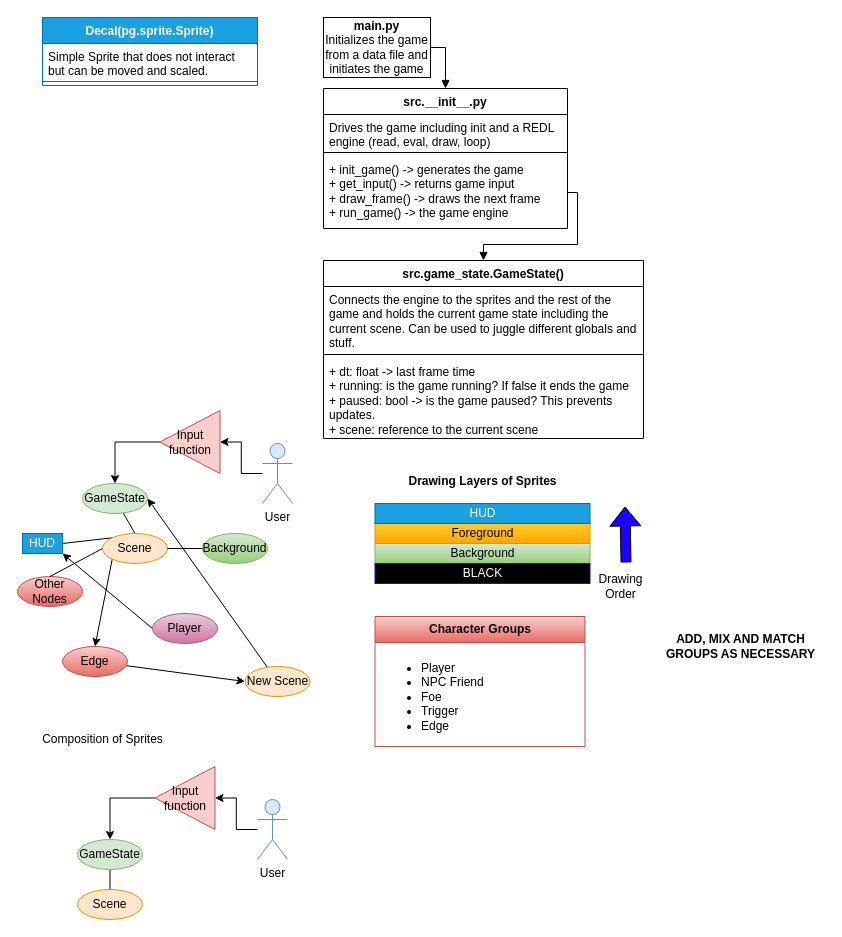
Before: docs/state_map.drawio in flythereddflagg/RCA, a draw.io diagram. Source tidied: cells renumbered, new cells numbered last; positions are measured from the earlier drawing's top-left corner, leaving out a move shared by most shapes. Both pictures are drawn from the tidied source at 100%, with x=0, y=0 at pixel (17, 17).
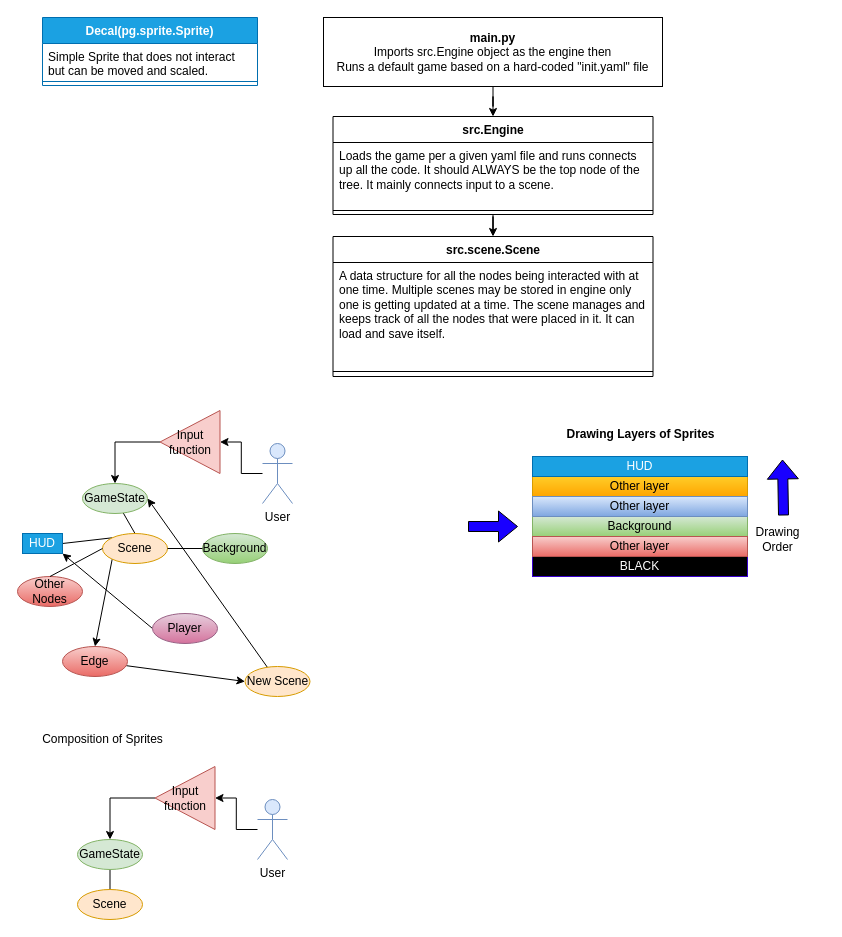
The same page after the edit.

Commit message (it also covers changes not shown here):
working on the UML and documentation. Publish with the separate engine?

Change to the diagram source:
```diff
@@
+    <mxCell id="54" style="edgeStyle=orthogonalEdgeStyle;rounded=0;jettySize=auto;html=1;entryX=0.5;entryY=0;entryDx=0;entryDy=0;" parent="1" edge="1" source="2" target="12">
+      <mxGeometry relative="1" as="geometry" />
+    </mxCell>
-    <mxCell id="2" value="&lt;b&gt;main.py&lt;/b&gt;&lt;br&gt;Initializes the game from a data file and initiates the game" style="html=1;whiteSpace=wrap;" parent="1" vertex="1">
-      <mxGeometry x="306" width="107" height="60" as="geometry" />
+    <mxCell id="2" value="&lt;b&gt;main.py&lt;/b&gt;&lt;br&gt;Imports src.Engine object as the engine then&lt;br&gt;&lt;div&gt;Runs a default game based on a hard-coded &quot;init.yaml&quot; file&lt;/div&gt;" style="html=1;whiteSpace=wrap;" parent="1" vertex="1">
+      <mxGeometry x="306" width="339" height="69" as="geometry" />
     </mxCell>
-    <mxCell id="3" value="src.__init__.py" style="swimlane;fontStyle=1;align=center;verticalAlign=top;horizontal=1;startSize=26;whiteSpace=wrap;html=1;" parent="1" vertex="1">
-      <mxGeometry x="306" y="71" width="244" height="140" as="geometry" />
-    </mxCell>
-    <mxCell id="4" value="Drives the game including init and a REDL engine (read, eval, draw, loop)&lt;br&gt;" style="text;strokeColor=none;fillColor=none;align=left;verticalAlign=top;spacingLeft=4;spacingRight=4;overflow=hidden;whiteSpace=wrap;html=1;" parent="3" vertex="1">
-      <mxGeometry y="26" width="244" height="34" as="geometry" />
-    </mxCell>
-    <mxCell id="5" style="line;strokeWidth=1;fillColor=none;align=left;verticalAlign=middle;spacingTop=-1;spacingLeft=3;spacingRight=3;labelPosition=right;strokeColor=inherit;" parent="3" vertex="1">
-      <mxGeometry y="60" width="244" height="8" as="geometry" />
-    </mxCell>
-    <mxCell id="6" value="+ init_game() -&amp;gt; generates the game&lt;br&gt;+ get_input() -&amp;gt; returns game input&lt;br&gt;+ draw_frame() -&amp;gt; draws the next frame&lt;br&gt;+ run_game() -&amp;gt; the game engine" style="text;strokeColor=none;fillColor=none;align=left;verticalAlign=top;spacingLeft=4;spacingRight=4;overflow=hidden;points=[[0,0.5],[1,0.5]];portConstraint=eastwest;whiteSpace=wrap;html=1;" parent="3" vertex="1">
-      <mxGeometry y="68" width="244" height="72" as="geometry" />
-    </mxCell>
@@
-    <mxCell id="10" value="&lt;div style=&quot;&quot;&gt;&lt;/div&gt;&lt;font face=&quot;Courier New&quot;&gt;&lt;br&gt;&lt;/font&gt;" style="html=1;verticalAlign=bottom;endArrow=block;rounded=0;exitX=1;exitY=0.5;exitDx=0;exitDy=0;entryX=0.5;entryY=0;entryDx=0;entryDy=0;edgeStyle=orthogonalEdgeStyle;align=left;" parent="1" edge="1" source="2" target="3">
-      <mxGeometry x="0.64" y="-92" relative="1" as="geometry" />
-    </mxCell>
-    <mxCell id="11" value="&lt;div style=&quot;&quot;&gt;&lt;/div&gt;&lt;font face=&quot;Courier New&quot;&gt;&lt;br&gt;&lt;/font&gt;" style="html=1;verticalAlign=bottom;endArrow=block;rounded=0;exitX=1;exitY=0.5;exitDx=0;exitDy=0;entryX=0.5;entryY=0;entryDx=0;entryDy=0;edgeStyle=orthogonalEdgeStyle;align=left;" parent="1" edge="1" source="6" target="12">
-      <mxGeometry x="0.64" y="-92" relative="1" as="geometry" />
-    </mxCell>
+    <mxCell id="55" style="edgeStyle=orthogonalEdgeStyle;rounded=0;jettySize=auto;html=1;entryX=0.5;entryY=0;entryDx=0;entryDy=0;" parent="1" edge="1" source="12" target="56">
+      <mxGeometry relative="1" as="geometry" />
+    </mxCell>
-    <mxCell id="12" value="src.game_state.GameState()" style="swimlane;fontStyle=1;align=center;verticalAlign=top;horizontal=1;startSize=26;whiteSpace=wrap;html=1;" parent="1" vertex="1">
-      <mxGeometry x="306" y="243" width="320" height="178" as="geometry" />
+    <mxCell id="12" value="src.Engine" style="swimlane;fontStyle=1;align=center;verticalAlign=top;horizontal=1;startSize=26;whiteSpace=wrap;html=1;" parent="1" vertex="1">
+      <mxGeometry x="315.5" y="99" width="320" height="98" as="geometry" />
     </mxCell>
-    <mxCell id="13" value="Connects the engine to the sprites and the rest of the game and holds the current game state including the current scene. Can be used to juggle different globals and stuff." style="text;strokeColor=none;fillColor=none;align=left;verticalAlign=top;spacingLeft=4;spacingRight=4;overflow=hidden;whiteSpace=wrap;html=1;" parent="12" vertex="1">
+    <mxCell id="13" value="Loads the game per a given yaml file and runs connects up all the code. It should ALWAYS be the top node of the tree. It mainly connects input to a scene." style="text;strokeColor=none;fillColor=none;align=left;verticalAlign=top;spacingLeft=4;spacingRight=4;overflow=hidden;whiteSpace=wrap;html=1;" parent="12" vertex="1">
       <mxGeometry y="26" width="320" height="64" as="geometry" />
     </mxCell>
@@
-    <mxCell id="15" value="+ dt: float -&amp;gt; last frame time&lt;br&gt;+ running: is the game running? If false it ends the game&lt;br&gt;+ paused: bool -&amp;gt; is the game paused? This prevents updates.&lt;br&gt;+ scene: reference to the current scene" style="text;strokeColor=none;fillColor=none;align=left;verticalAlign=top;spacingLeft=4;spacingRight=4;overflow=hidden;whiteSpace=wrap;html=1;" parent="12" vertex="1">
-      <mxGeometry y="98" width="320" height="80" as="geometry" />
-    </mxCell>
@@
     <mxCell id="23" value="Background" style="html=1;whiteSpace=wrap;fillColor=#d5e8d4;gradientColor=#97d077;strokeColor=#82b366;" parent="1" vertex="1">
-      <mxGeometry x="357.5" y="526" width="215" height="20" as="geometry" />
+      <mxGeometry x="515" y="499" width="215" height="20" as="geometry" />
     </mxCell>
     <mxCell id="24" value="Drawing Layers of Sprites" style="text;html=1;align=center;verticalAlign=middle;strokeColor=none;fillColor=none;fontStyle=1;" parent="1" vertex="1">
-      <mxGeometry x="380" y="449" width="170" height="30" as="geometry" />
+      <mxGeometry x="537.5" y="402" width="170" height="30" as="geometry" />
     </mxCell>
     <mxCell id="25" value="BLACK" style="html=1;whiteSpace=wrap;fillColor=#000000;strokeColor=#3700CC;fontColor=#ffffff;" parent="1" vertex="1">
-      <mxGeometry x="357.5" y="546" width="215" height="20" as="geometry" />
+      <mxGeometry x="515" y="539" width="215" height="20" as="geometry" />
     </mxCell>
-    <mxCell id="26" value="Foreground" style="html=1;whiteSpace=wrap;fillColor=#ffcd28;gradientColor=#ffa500;strokeColor=#d79b00;" parent="1" vertex="1">
-      <mxGeometry x="357.5" y="506" width="215" height="20" as="geometry" />
+    <mxCell id="26" value="Other layer" style="html=1;whiteSpace=wrap;fillColor=#ffcd28;gradientColor=#ffa500;strokeColor=#d79b00;" parent="1" vertex="1">
+      <mxGeometry x="515" y="459" width="215" height="20" as="geometry" />
     </mxCell>
     <mxCell id="27" value="HUD" style="html=1;whiteSpace=wrap;fillColor=#1ba1e2;strokeColor=#006EAF;fontColor=#ffffff;" parent="1" vertex="1">
-      <mxGeometry x="357.5" y="486" width="215" height="20" as="geometry" />
+      <mxGeometry x="515" y="439" width="215" height="20" as="geometry" />
     </mxCell>
     <mxCell id="28" style="shape=flexArrow;endArrow=classic;html=1;rounded=0;fillColor=#1900FF;exitX=0.586;exitY=-0.1;exitDx=0;exitDy=0;exitPerimeter=0;" parent="1" edge="1" source="29">
       <mxGeometry relative="1" as="geometry">
-        <mxPoint x="607.5" y="489" as="targetPoint" />
+        <mxPoint x="765" y="442" as="targetPoint" />
       </mxGeometry>
     </mxCell>
     <mxCell id="29" value="Drawing&lt;br&gt;Order" style="text;html=1;align=center;verticalAlign=middle;points=[];strokeColor=none;fillColor=none;" parent="1" vertex="1">
-      <mxGeometry x="567.5" y="549" width="70" height="40" as="geometry" />
+      <mxGeometry x="725" y="502" width="70" height="40" as="geometry" />
     </mxCell>
@@
-    <mxCell id="43" value="&lt;b&gt;Character Groups&lt;/b&gt;" style="swimlane;fontStyle=0;horizontal=1;startSize=26;fillColor=#f8cecc;whiteSpace=wrap;html=1;gradientColor=#ea6b66;strokeColor=#b85450;" parent="1" vertex="1">
-      <mxGeometry x="357.5" y="599" width="210" height="130" as="geometry" />
-    </mxCell>
-    <mxCell id="44" value="&lt;ul&gt;&lt;li&gt;Player&lt;/li&gt;&lt;li&gt;NPC Friend&lt;/li&gt;&lt;li&gt;Foe&lt;/li&gt;&lt;li&gt;Trigger&lt;/li&gt;&lt;li&gt;Edge&lt;/li&gt;&lt;/ul&gt;" style="text;strokeColor=none;fillColor=none;align=left;verticalAlign=top;spacingLeft=4;spacingRight=4;overflow=hidden;whiteSpace=wrap;html=1;" parent="43" vertex="1">
-      <mxGeometry y="26" width="210" height="104" as="geometry" />
-    </mxCell>
-    <mxCell id="45" value="&lt;b&gt;ADD, MIX AND MATCH &lt;br&gt;GROUPS AS NECESSARY&lt;/b&gt;" style="text;html=1;align=center;verticalAlign=middle;strokeColor=none;fillColor=none;" parent="1" vertex="1">
-      <mxGeometry x="637.5" y="609" width="170" height="40" as="geometry" />
-    </mxCell>
@@
+    <mxCell id="56" value="src.scene.Scene" style="swimlane;fontStyle=1;align=center;verticalAlign=top;horizontal=1;startSize=26;whiteSpace=wrap;html=1;" parent="1" vertex="1">
+      <mxGeometry x="315.5" y="219" width="320" height="140" as="geometry" />
+    </mxCell>
+    <mxCell id="57" value="A data structure for all the nodes being interacted with at one time. Multiple scenes may be stored in engine only one is getting updated at a time. The scene manages and keeps track of all the nodes that were placed in it. It can load and save itself." style="text;strokeColor=none;fillColor=none;align=left;verticalAlign=top;spacingLeft=4;spacingRight=4;overflow=hidden;whiteSpace=wrap;html=1;" parent="56" vertex="1">
+      <mxGeometry y="26" width="320" height="104" as="geometry" />
+    </mxCell>
+    <mxCell id="58" style="line;strokeWidth=1;fillColor=none;align=left;verticalAlign=middle;spacingTop=-1;spacingLeft=3;spacingRight=3;labelPosition=right;strokeColor=inherit;" parent="56" vertex="1">
+      <mxGeometry y="130" width="320" height="10" as="geometry" />
+    </mxCell>
+    <mxCell id="59" value="Other layer" style="html=1;whiteSpace=wrap;fillColor=#dae8fc;gradientColor=#7ea6e0;strokeColor=#6c8ebf;" parent="1" vertex="1">
+      <mxGeometry x="515" y="479" width="215" height="20" as="geometry" />
+    </mxCell>
+    <mxCell id="60" value="Other layer" style="html=1;whiteSpace=wrap;fillColor=#f8cecc;gradientColor=#ea6b66;strokeColor=#b85450;" parent="1" vertex="1">
+      <mxGeometry x="515" y="519" width="215" height="20" as="geometry" />
+    </mxCell>
+    <mxCell id="61" style="shape=flexArrow;endArrow=classic;html=1;rounded=0;fillColor=#1900FF;" parent="1" edge="1">
+      <mxGeometry relative="1" as="geometry">
+        <mxPoint x="450.5" y="509" as="sourcePoint" />
+        <mxPoint x="500.5" y="509" as="targetPoint" />
+      </mxGeometry>
+    </mxCell>
```
